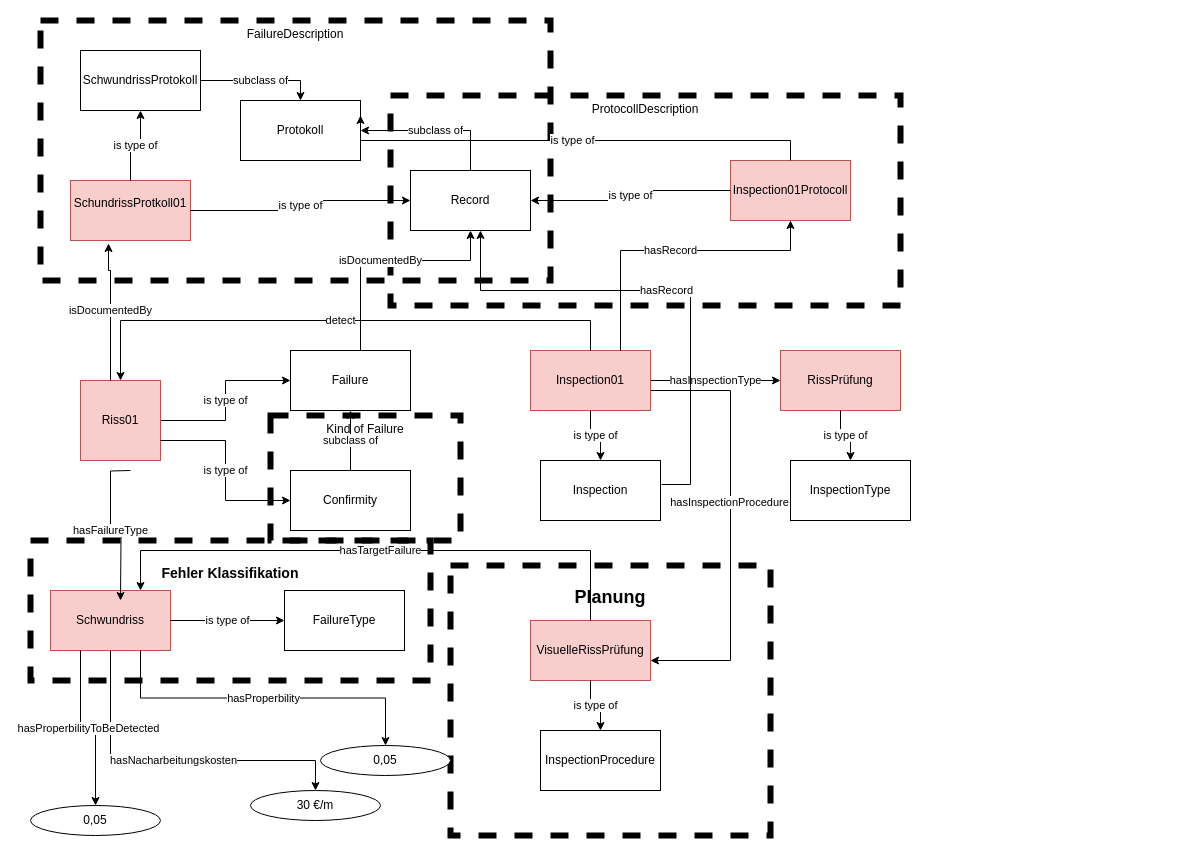
Above: 08_Puclication/Unbenanntes Diagramm.drawio in SebSeis/OntologyForConstructionQualityAssurance (draw.io), before the change. Source tidied: cells renumbered, new cells numbered last; positions are measured from the earlier drawing's top-left corner, leaving out a move shared by most shapes. Both pictures are drawn from the tidied source at 100%, with x=0, y=0 at pixel (30, 20).
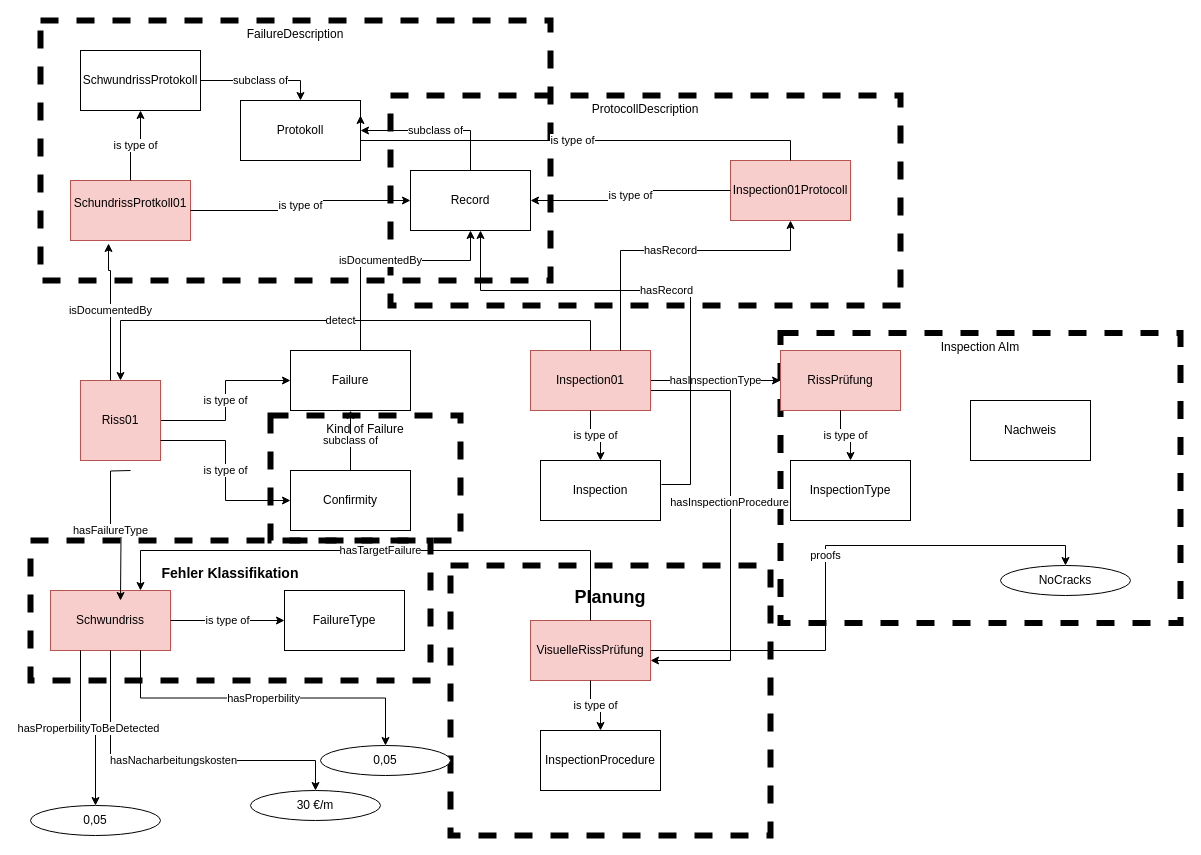
Above is the later version.

The change refers to these unchanged cells:
```xml
<mxCell id="22" value="VisuelleRissPrüfung" style="rounded=0;whiteSpace=wrap;html=1;fillColor=#f8cecc;strokeColor=#b85450;" parent="1" vertex="1">
  <mxGeometry x="500" y="600" width="120" height="60" as="geometry" />
</mxCell>
```

The edit, as a diff of the source:
```diff
@@
+    <mxCell id="52" value="Inspection AIm" style="rounded=0;whiteSpace=wrap;html=1;glass=0;strokeWidth=6;dashed=1;perimeterSpacing=6;gradientColor=none;fillColor=none;verticalAlign=top;" parent="1" vertex="1">
+      <mxGeometry x="750" y="312.5" width="400" height="290" as="geometry" />
+    </mxCell>
@@
+    <mxCell id="53" value="NoCracks" style="ellipse;whiteSpace=wrap;html=1;" parent="1" vertex="1">
+      <mxGeometry x="970" y="545" width="130" height="30" as="geometry" />
+    </mxCell>
+    <mxCell id="54" value="proofs" style="edgeStyle=orthogonalEdgeStyle;rounded=0;jettySize=auto;html=1;exitX=1;exitY=0.5;exitDx=0;exitDy=0;entryX=0.5;entryY=0;entryDx=0;entryDy=0;" parent="1" edge="1" source="22" target="53">
+      <mxGeometry relative="1" as="geometry" />
+    </mxCell>
+    <mxCell id="55" value="Nachweis" style="rounded=0;whiteSpace=wrap;html=1;" parent="1" vertex="1">
+      <mxGeometry x="940" y="380" width="120" height="60" as="geometry" />
+    </mxCell>
```
